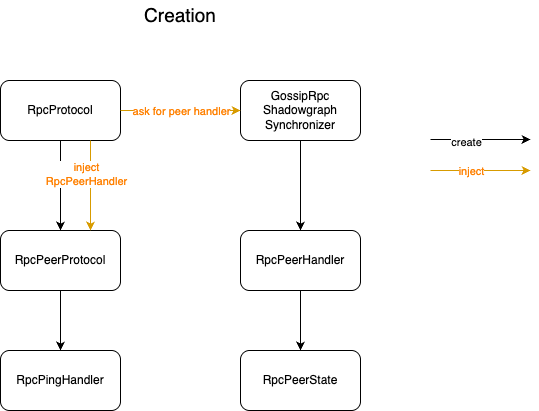
This is platform-sdk/docs/core/gossip/rpc/rpc-gossip-Creation.drawio.png from quiet-node/hiero-consensus-node, a draw.io export, as it was before one commit. Source tidied: cells renumbered, new cells last; positions are measured from the earlier drawing's top-left corner, leaving out a move shared by most shapes.
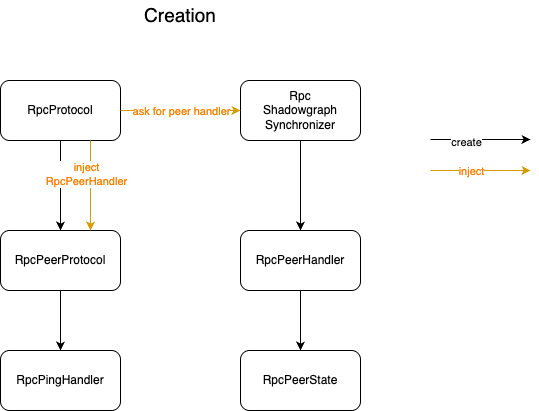
Above is the later version.

Change to the diagram source:
```diff
@@ -8,7 +8,7 @@
     <mxCell id="3" value="RpcPeerProtocol" style="rounded=1;whiteSpace=wrap;html=1;" parent="1" vertex="1">
       <mxGeometry y="230" width="120" height="60" as="geometry" />
     </mxCell>
-    <mxCell id="4" value="GossipRpc&lt;br&gt;Shadowgraph&lt;br&gt;Synchronizer" style="rounded=1;whiteSpace=wrap;html=1;" parent="1" vertex="1">
+    <mxCell id="4" value="Rpc&lt;br&gt;Shadowgraph&lt;br&gt;Synchronizer" style="rounded=1;whiteSpace=wrap;html=1;" parent="1" vertex="1">
       <mxGeometry x="240" y="80" width="120" height="60" as="geometry" />
     </mxCell>
     <mxCell id="5" value="RpcPeerHandler" style="rounded=1;whiteSpace=wrap;html=1;" parent="1" vertex="1">
```
